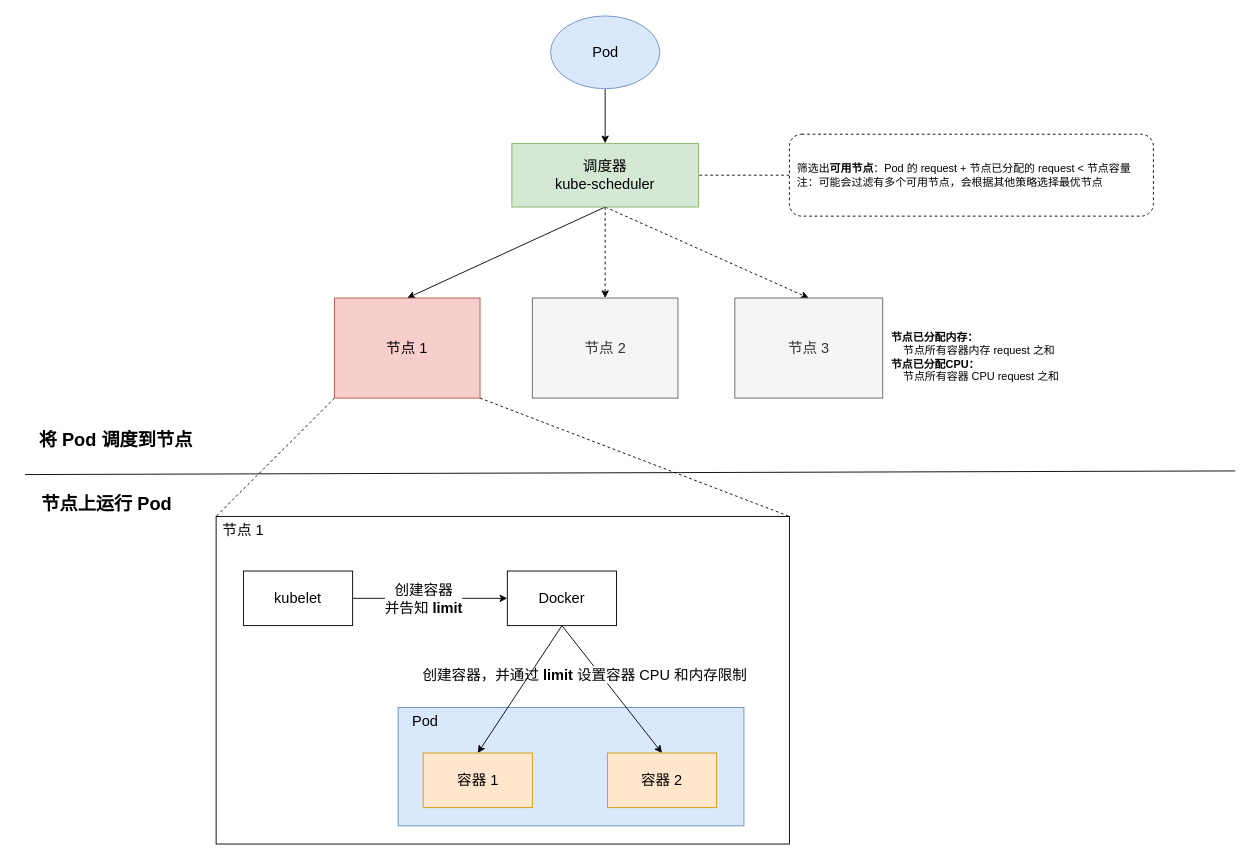
Before: kube/request-limit/assets/pod-phase.drawio in lsj9383/Containerization, a draw.io diagram. Source tidied: cells renumbered, new cells numbered last; positions are measured from the earlier drawing's top-left corner, leaving out a move shared by most shapes. Both pictures are drawn from the tidied source at 91%, with x=0, y=0 at pixel (15, 15).
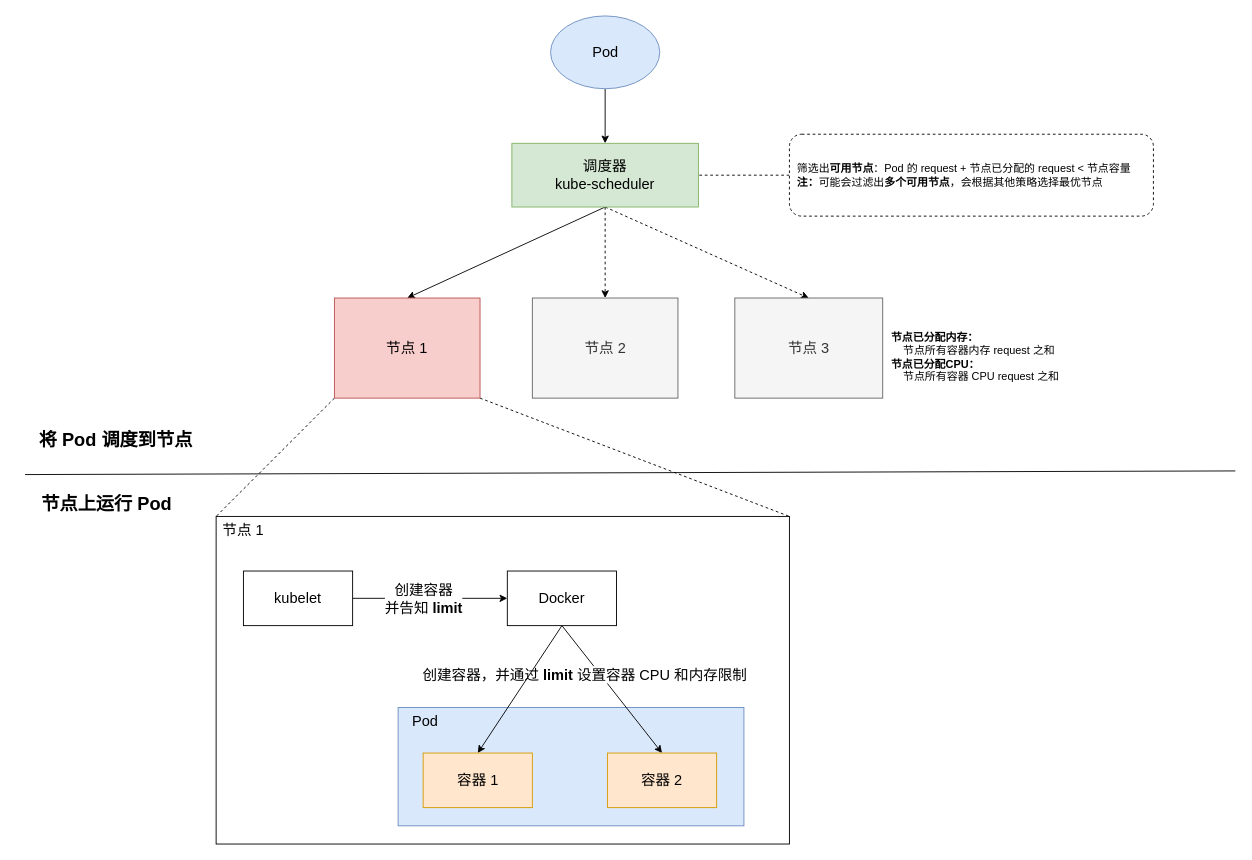
Above is the later version.

The edit, as a diff of the source:
```diff
@@
-    <mxCell id="17" value="&amp;nbsp; 筛选出&lt;b&gt;可用节点&lt;/b&gt;：Pod 的 request + 节点已分配的 request &amp;lt; 节点容量&lt;br&gt;&amp;nbsp; 注：可能会过滤有多个可用节点，会根据其他策略选择最优节点" style="rounded=1;whiteSpace=wrap;html=1;fontSize=12;align=left;dashed=1;" parent="1" vertex="1">
+    <mxCell id="17" value="&amp;nbsp; 筛选出&lt;b&gt;可用节点&lt;/b&gt;：Pod 的 request + 节点已分配的 request &amp;lt; 节点容量&lt;br&gt;&lt;b&gt;&amp;nbsp; 注：&lt;/b&gt;可能会过滤出&lt;b&gt;多个可用节点&lt;/b&gt;，会根据其他策略选择最优节点" style="rounded=1;whiteSpace=wrap;html=1;fontSize=12;align=left;dashed=1;" parent="1" vertex="1">
       <mxGeometry x="850" y="130" width="400" height="90" as="geometry" />
     </mxCell>
```
